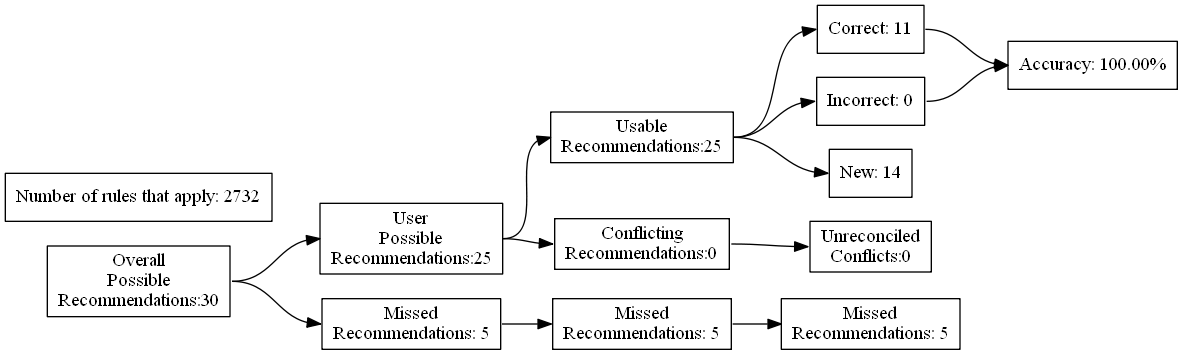
Before: test_renders/38.gv.png, a diagram exported from Graphviz (ZaxR/ibd_diet_analysis). Its source is kept beside it as test_renders/38.gv.
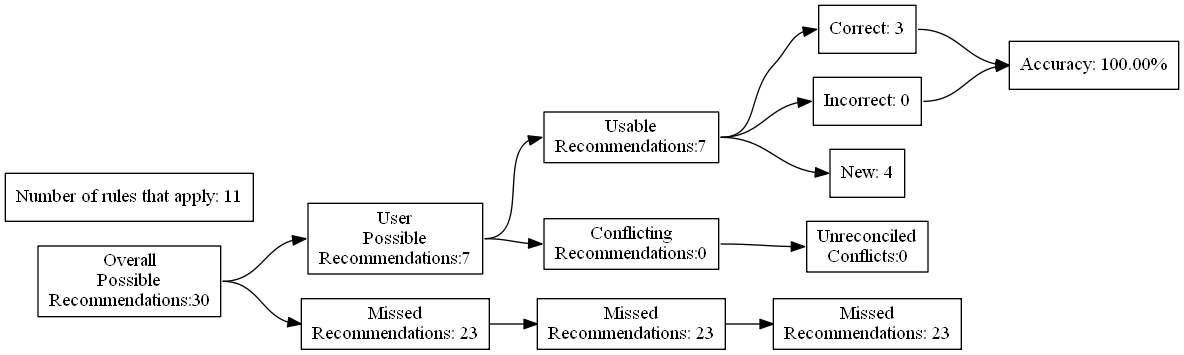
The same file after the commit.

Change to the diagram source:
```diff
@@ -7,24 +7,24 @@
 Recommendations:30"]
 		B [label="User
 Possible
-Recommendations:25"]
+Recommendations:7"]
 		C [label="Missed
-Recommendations: 5"]
+Recommendations: 23"]
 		D [label="Usable
-Recommendations:25"]
+Recommendations:7"]
 		E [label="Conflicting
 Recommendations:0"]
 		J [label="Missed
-Recommendations: 5"]
+Recommendations: 23"]
 		M [label="Unreconciled
 Conflicts:0"]
-		F [label="Correct: 11"]
+		F [label="Correct: 3"]
 		G [label="Incorrect: 0"]
-		H [label="New: 14"]
+		H [label="New: 4"]
 		K [label="Missed
-Recommendations: 5"]
+Recommendations: 23"]
 		I [label="Accuracy: 100.00%"]
-		l [label="Number of rules that apply: 2732"]
+		l [label="Number of rules that apply: 11"]
 			A -> B
 			A -> C
 			B -> D
```
